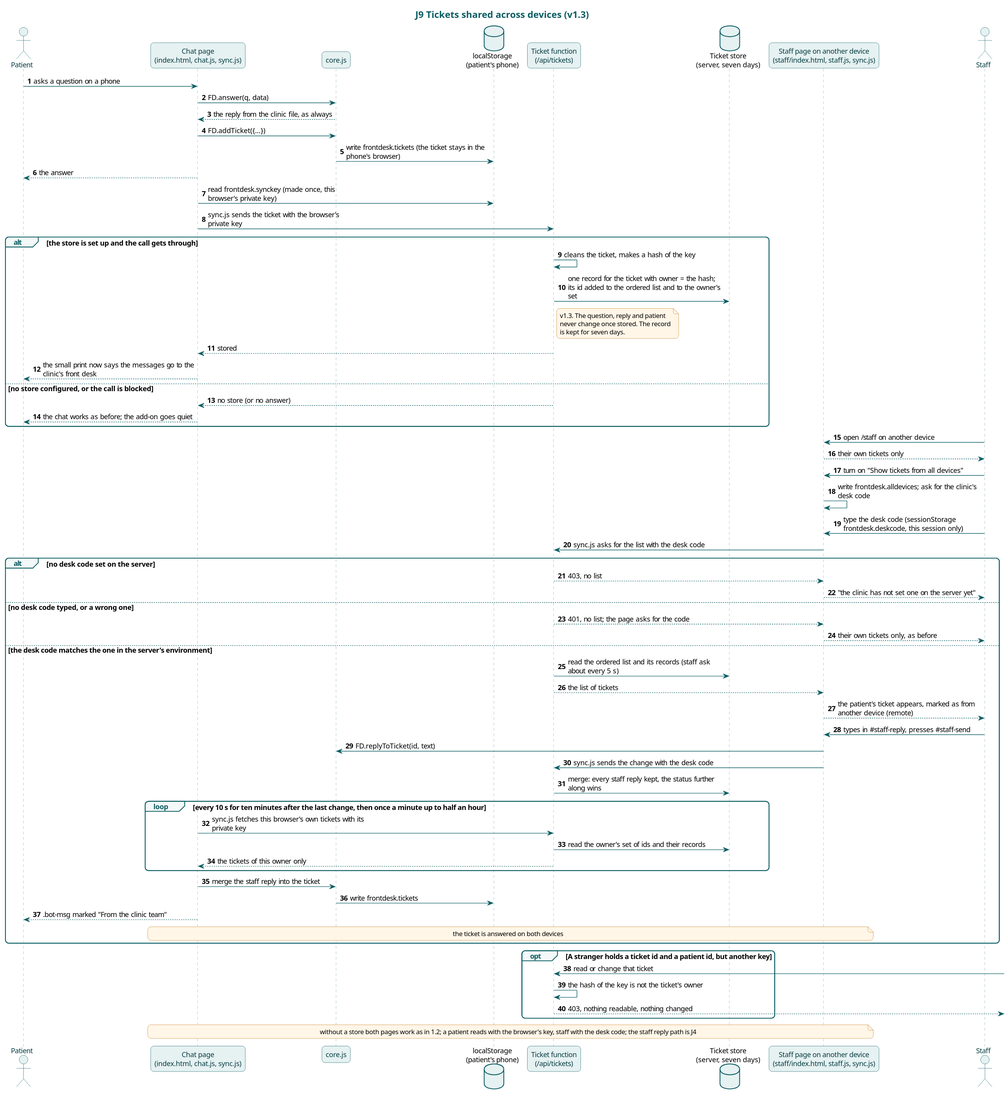
The PlantUML diagram docs/diagrams/j9-shared-tickets.svg in karwasanjay007/frontdesk-ai-docs, before a commit.
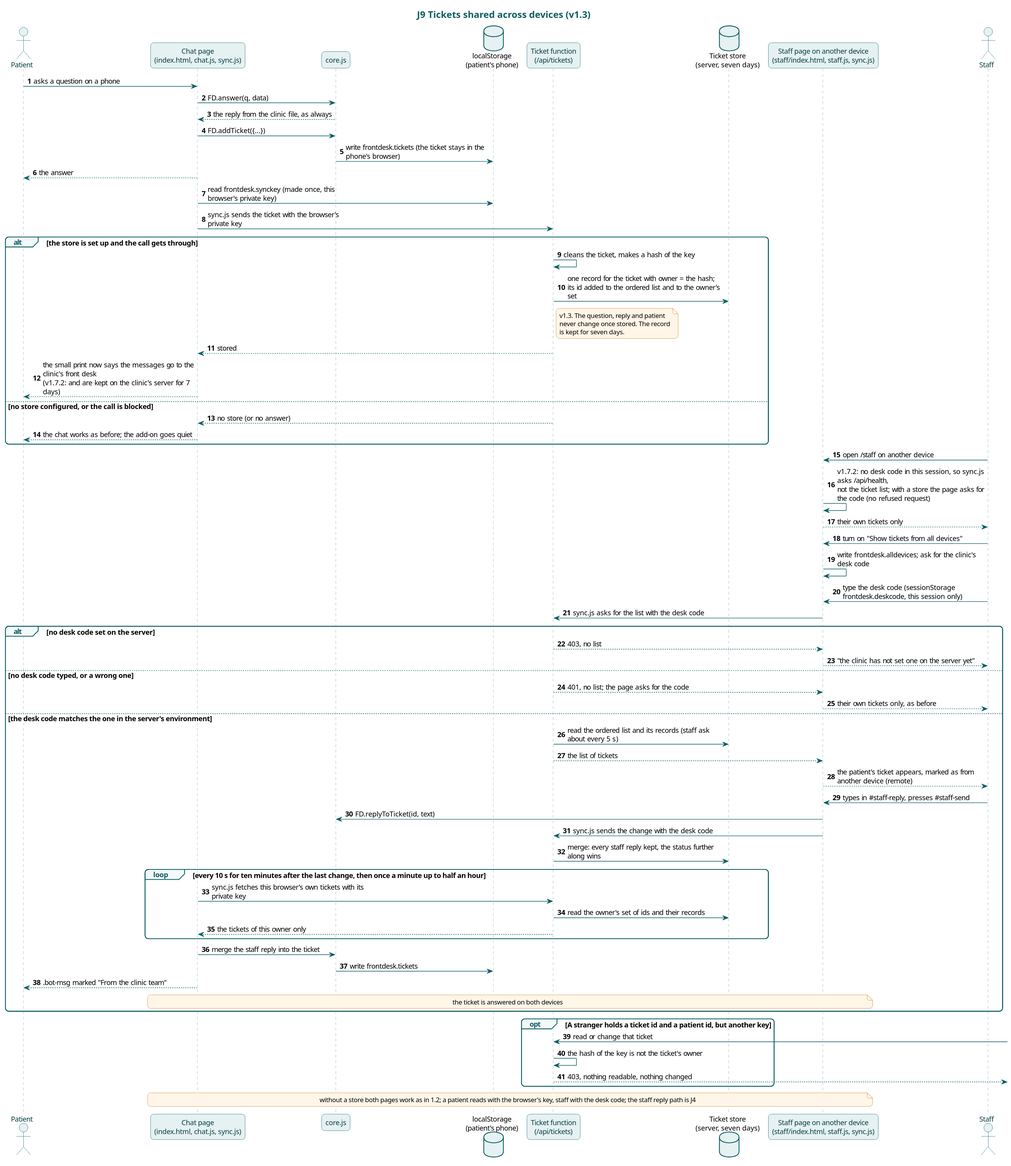
Later version of the same file.

The edit, as a diff of the source:
```diff
@@ -28,13 +28,14 @@
   is kept for seven days.
   end note
   Fn --> Chat : stored
-  Chat --> Patient : the small print now says the messages go to the clinic's front desk
+  Chat --> Patient : the small print now says the messages go to the clinic's front desk\n(v1.7.2: and are kept on the clinic's server for 7 days)
 else no store configured, or the call is blocked
   Fn --> Chat : no store (or no answer)
   Chat --> Patient : the chat works as before; the add-on goes quiet
 end
 
 Staff -> SP : open /staff on another device
+SP -> SP : v1.7.2: no desk code in this session, so sync.js asks /api/health,\nnot the ticket list; with a store the page asks for the code (no refused request)
 SP --> Staff : their own tickets only
 Staff -> SP : turn on "Show tickets from all devices"
 SP -> SP : write frontdesk.alldevices; ask for the clinic's desk code
```
